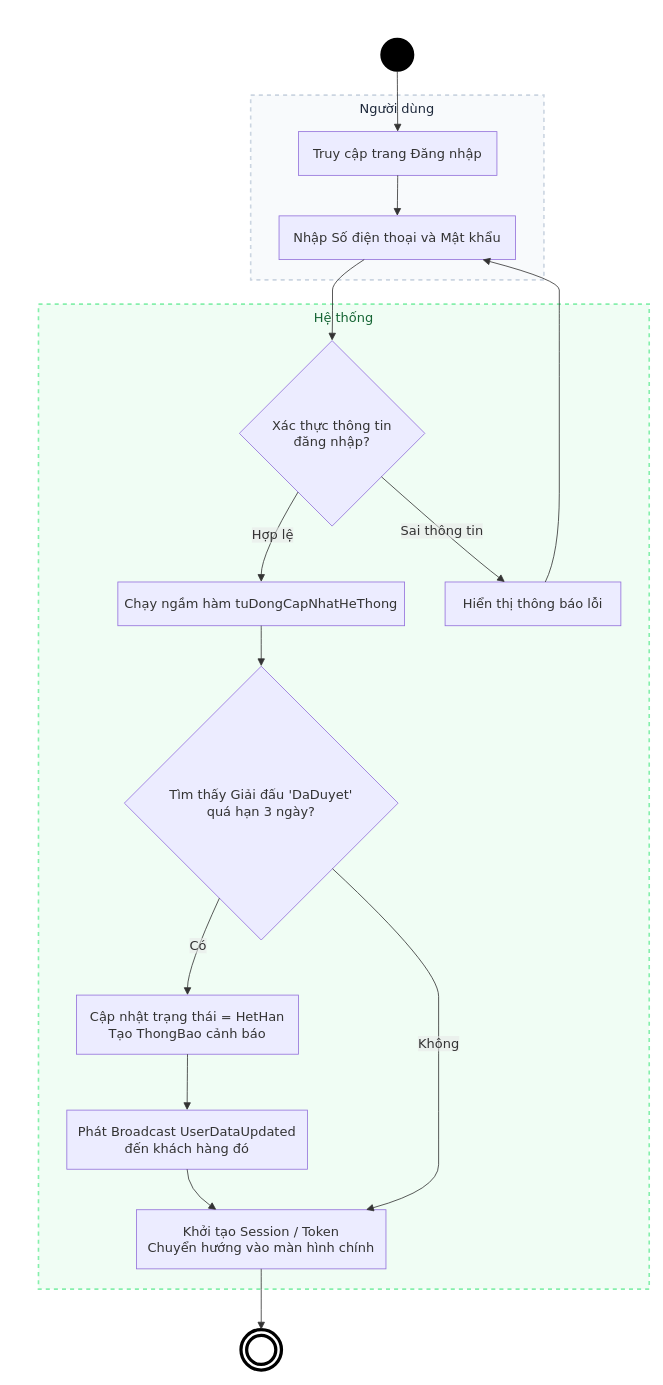
Earlier version of the draw.io diagram page "Đăng nhập" (2 of 13) of docs/diagrams/Activity.drawio (N-D-Tuan/DoAnTotNghiep). Source tidied: cells renumbered, new cells numbered last; positions are measured from the earlier drawing's top-left corner, leaving out a move shared by most shapes. Both pictures are drawn from the tidied source at 81%, with x=0, y=0 at pixel (14, 14).
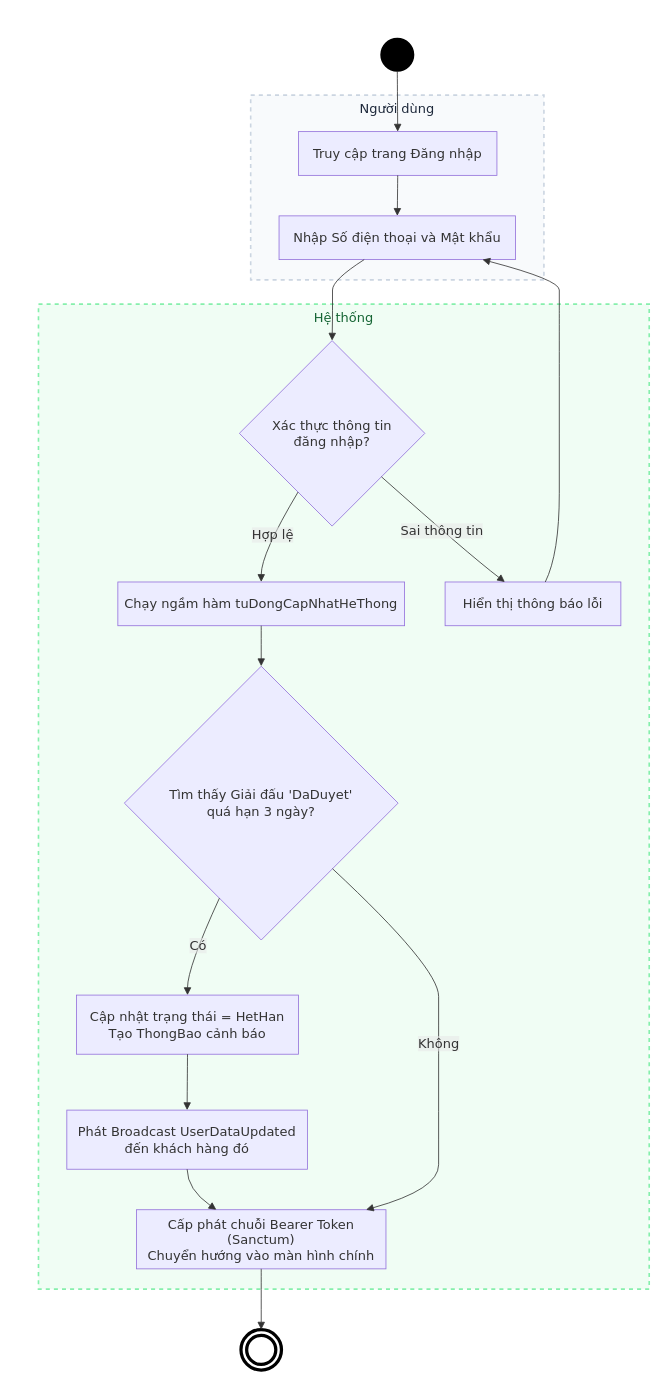
The same page after the edit.

Unchanged cells that the change refers to:
```xml
<mxCell id="7" value="Hệ thống" style="html=1;whiteSpace=wrap;strokeWidth=2;verticalAlign=top;fillColor=#f0fdf4;strokeColor=#86efac;fontColor=#166534;fontFamily=Trebuchet MS,Verdana,Arial,sans-serif;fontSize=16;dashed=1;dashPattern=5 5;fixDash=1;" parent="2" vertex="1">
  <mxGeometry x="30" y="358" width="754" height="1216" as="geometry" />
</mxCell>
```

Diff of the diagram source:
```diff
@@
-    <mxCell id="14" value="Khởi tạo Session / Token&#10;Chuyển hướng vào màn hình chính" style="html=1;whiteSpace=wrap;strokeWidth=1;fillColor=light-dark(#ECECFF,#1f2020);strokeColor=light-dark(#9370DB,#cccccc);fontColor=light-dark(#333333,#cccccc);fontFamily=Trebuchet MS,Verdana,Arial,sans-serif;fontSize=16;" parent="7" vertex="1">
+    <mxCell id="14" value="Cấp phát chuỗi Bearer Token (Sanctum)&lt;br&gt;Chuyển hướng vào màn hình chính" style="html=1;whiteSpace=wrap;strokeWidth=1;fillColor=light-dark(#ECECFF,#1f2020);strokeColor=light-dark(#9370DB,#cccccc);fontColor=light-dark(#333333,#cccccc);fontFamily=Trebuchet MS,Verdana,Arial,sans-serif;fontSize=16;" parent="7" vertex="1">
       <mxGeometry x="121" y="1118" width="308" height="73" as="geometry" />
     </mxCell>
```
